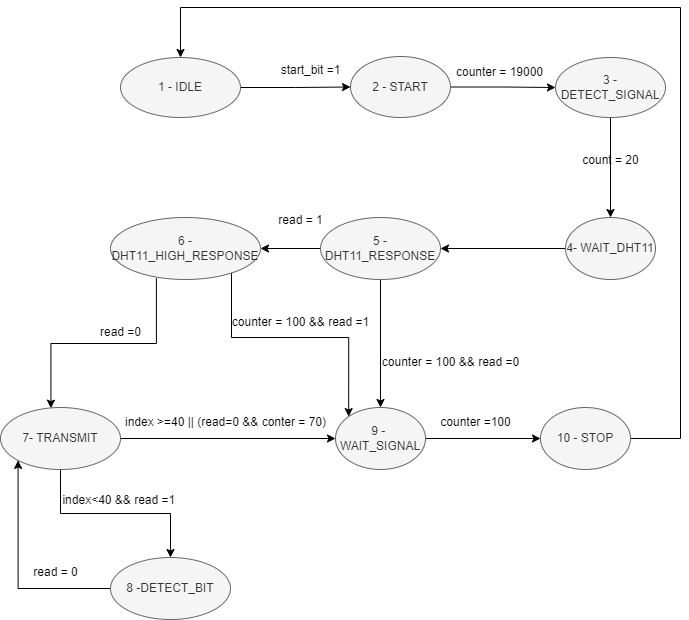
Above: img/DHT11OFC.drawio (1).png in clsf/Problema_1_Monitoramento_Umidade_e_Temperatura (draw.io), before the change. Source tidied: cells renumbered, new cells last; positions are measured from the earlier drawing's top-left corner, leaving out a move shared by most shapes. Source of this version:
```xml
<mxGraphModel>
  <root>
    <mxCell id="0" />
    <mxCell id="1" parent="0" />
    <mxCell id="2" style="edgeStyle=orthogonalEdgeStyle;rounded=0;jettySize=auto;html=1;exitX=1;exitY=0.5;exitDx=0;exitDy=0;entryX=0;entryY=0.5;entryDx=0;entryDy=0;" parent="1" edge="1" source="3" target="5">
      <mxGeometry relative="1" as="geometry" />
    </mxCell>
    <mxCell id="3" value="1 - IDLE" style="ellipse;whiteSpace=wrap;html=1;fillColor=#f5f5f5;fontColor=#333333;strokeColor=#666666;" parent="1" vertex="1">
      <mxGeometry x="120" y="50" width="120" height="60" as="geometry" />
    </mxCell>
    <mxCell id="4" style="edgeStyle=orthogonalEdgeStyle;rounded=0;jettySize=auto;html=1;exitX=1;exitY=0.5;exitDx=0;exitDy=0;" parent="1" edge="1" source="5" target="8">
      <mxGeometry relative="1" as="geometry" />
    </mxCell>
    <mxCell id="5" value="2 - START" style="ellipse;whiteSpace=wrap;html=1;fillColor=#f5f5f5;fontColor=#333333;strokeColor=#666666;" parent="1" vertex="1">
      <mxGeometry x="350" y="49" width="100" height="61" as="geometry" />
    </mxCell>
    <mxCell id="6" value="start_bit =1" style="text;html=1;align=center;verticalAlign=middle;strokeColor=none;fillColor=none;" parent="1" vertex="1">
      <mxGeometry x="270" y="48" width="80" height="30" as="geometry" />
    </mxCell>
    <mxCell id="7" style="edgeStyle=orthogonalEdgeStyle;rounded=0;jettySize=auto;html=1;exitX=0.5;exitY=1;exitDx=0;exitDy=0;entryX=0.5;entryY=0;entryDx=0;entryDy=0;" parent="1" edge="1" source="8" target="11">
      <mxGeometry relative="1" as="geometry" />
    </mxCell>
    <mxCell id="8" value="3 -DETECT_SIGNAL" style="ellipse;whiteSpace=wrap;html=1;fillColor=#f5f5f5;fontColor=#333333;strokeColor=#666666;" parent="1" vertex="1">
      <mxGeometry x="555" y="50" width="110" height="60" as="geometry" />
    </mxCell>
    <mxCell id="9" value="counter = 19000" style="text;html=1;align=center;verticalAlign=middle;strokeColor=none;fillColor=none;" parent="1" vertex="1">
      <mxGeometry x="444" y="50" width="110" height="30" as="geometry" />
    </mxCell>
    <mxCell id="10" style="edgeStyle=orthogonalEdgeStyle;rounded=0;jettySize=auto;html=1;exitX=0;exitY=0.5;exitDx=0;exitDy=0;entryX=1;entryY=0.5;entryDx=0;entryDy=0;" parent="1" edge="1" source="11" target="15">
      <mxGeometry relative="1" as="geometry" />
    </mxCell>
    <mxCell id="11" value="4- WAIT_DHT11" style="ellipse;whiteSpace=wrap;html=1;fillColor=#f5f5f5;fontColor=#333333;strokeColor=#666666;" parent="1" vertex="1">
      <mxGeometry x="565" y="210" width="90" height="62" as="geometry" />
    </mxCell>
    <mxCell id="12" value="count = 20" style="text;html=1;align=center;verticalAlign=middle;strokeColor=none;fillColor=none;" parent="1" vertex="1">
      <mxGeometry x="570" y="138" width="80" height="30" as="geometry" />
    </mxCell>
    <mxCell id="13" style="edgeStyle=orthogonalEdgeStyle;rounded=0;jettySize=auto;html=1;exitX=0.5;exitY=1;exitDx=0;exitDy=0;entryX=0.5;entryY=0;entryDx=0;entryDy=0;" parent="1" edge="1" source="15" target="17">
      <mxGeometry relative="1" as="geometry" />
    </mxCell>
    <mxCell id="14" style="edgeStyle=orthogonalEdgeStyle;rounded=0;jettySize=auto;html=1;exitX=0;exitY=0.5;exitDx=0;exitDy=0;entryX=1;entryY=0.5;entryDx=0;entryDy=0;" parent="1" edge="1" source="15" target="21">
      <mxGeometry relative="1" as="geometry" />
    </mxCell>
    <mxCell id="15" value="5 -DHT11_RESPONSE" style="ellipse;whiteSpace=wrap;html=1;fillColor=#f5f5f5;fontColor=#333333;strokeColor=#666666;" parent="1" vertex="1">
      <mxGeometry x="320" y="210" width="120" height="62" as="geometry" />
    </mxCell>
    <mxCell id="16" style="edgeStyle=orthogonalEdgeStyle;rounded=0;jettySize=auto;html=1;exitX=1;exitY=0.5;exitDx=0;exitDy=0;entryX=0;entryY=0.5;entryDx=0;entryDy=0;" parent="1" edge="1" source="17" target="34">
      <mxGeometry relative="1" as="geometry" />
    </mxCell>
    <mxCell id="17" value="9 -&amp;nbsp; WAIT_SIGNAL" style="ellipse;whiteSpace=wrap;html=1;fillColor=#f5f5f5;fontColor=#333333;strokeColor=#666666;" parent="1" vertex="1">
      <mxGeometry x="335" y="400" width="90" height="62" as="geometry" />
    </mxCell>
    <mxCell id="18" value="counter = 100 &amp;amp;&amp;amp; read =0" style="text;html=1;align=center;verticalAlign=middle;strokeColor=none;fillColor=none;" parent="1" vertex="1">
      <mxGeometry x="370" y="340" width="160" height="30" as="geometry" />
    </mxCell>
    <mxCell id="19" style="edgeStyle=orthogonalEdgeStyle;rounded=0;jettySize=auto;html=1;entryX=0;entryY=0;entryDx=0;entryDy=0;" parent="1" edge="1" target="17">
      <mxGeometry relative="1" as="geometry">
        <mxPoint x="230" y="260" as="sourcePoint" />
        <Array as="points">
          <mxPoint x="231" y="330" />
          <mxPoint x="348" y="330" />
        </Array>
      </mxGeometry>
    </mxCell>
    <mxCell id="20" style="edgeStyle=orthogonalEdgeStyle;rounded=0;jettySize=auto;html=1;exitX=0.306;exitY=0.979;exitDx=0;exitDy=0;entryX=0.42;entryY=0.011;entryDx=0;entryDy=0;entryPerimeter=0;exitPerimeter=0;" parent="1" edge="1" source="21" target="26">
      <mxGeometry relative="1" as="geometry" />
    </mxCell>
    <mxCell id="21" value="6 - DHT11_HIGH_RESPONSE" style="ellipse;whiteSpace=wrap;html=1;fillColor=#f5f5f5;fontColor=#333333;strokeColor=#666666;" parent="1" vertex="1">
      <mxGeometry x="110" y="210" width="150" height="62" as="geometry" />
    </mxCell>
    <mxCell id="22" value="read = 1" style="text;html=1;align=center;verticalAlign=middle;strokeColor=none;fillColor=none;" parent="1" vertex="1">
      <mxGeometry x="265" y="198" width="70" height="30" as="geometry" />
    </mxCell>
    <mxCell id="23" value="counter = 100 &amp;amp;&amp;amp; read =1" style="text;html=1;align=center;verticalAlign=middle;strokeColor=none;fillColor=none;" parent="1" vertex="1">
      <mxGeometry x="220" y="300" width="160" height="30" as="geometry" />
    </mxCell>
    <mxCell id="24" style="edgeStyle=orthogonalEdgeStyle;rounded=0;jettySize=auto;html=1;exitX=1;exitY=0.5;exitDx=0;exitDy=0;entryX=0;entryY=0.5;entryDx=0;entryDy=0;" parent="1" edge="1" source="26" target="17">
      <mxGeometry relative="1" as="geometry" />
    </mxCell>
    <mxCell id="25" style="edgeStyle=orthogonalEdgeStyle;rounded=0;jettySize=auto;html=1;exitX=0.5;exitY=1;exitDx=0;exitDy=0;entryX=0.5;entryY=0;entryDx=0;entryDy=0;" parent="1" edge="1" source="26" target="29">
      <mxGeometry relative="1" as="geometry" />
    </mxCell>
    <mxCell id="26" value="7- TRANSMIT" style="ellipse;whiteSpace=wrap;html=1;fillColor=#f5f5f5;fontColor=#333333;strokeColor=#666666;" parent="1" vertex="1">
      <mxGeometry y="400" width="120" height="62" as="geometry" />
    </mxCell>
    <mxCell id="27" value="index &amp;gt;=40 || (read=0 &amp;amp;&amp;amp; conter = 70)" style="text;html=1;align=center;verticalAlign=middle;strokeColor=none;fillColor=none;" parent="1" vertex="1">
      <mxGeometry x="115" y="400" width="220" height="30" as="geometry" />
    </mxCell>
    <mxCell id="28" style="edgeStyle=orthogonalEdgeStyle;rounded=0;jettySize=auto;html=1;exitX=0;exitY=0.5;exitDx=0;exitDy=0;entryX=0;entryY=1;entryDx=0;entryDy=0;" parent="1" edge="1" source="29" target="26">
      <mxGeometry relative="1" as="geometry" />
    </mxCell>
    <mxCell id="29" value="8 -DETECT_BIT" style="ellipse;whiteSpace=wrap;html=1;fillColor=#f5f5f5;fontColor=#333333;strokeColor=#666666;" parent="1" vertex="1">
      <mxGeometry x="110" y="550" width="120" height="62" as="geometry" />
    </mxCell>
    <mxCell id="30" value="index&amp;lt;40 &amp;amp;&amp;amp; read =1&amp;nbsp;" style="text;html=1;align=center;verticalAlign=middle;strokeColor=none;fillColor=none;" parent="1" vertex="1">
      <mxGeometry x="50" y="478" width="140" height="30" as="geometry" />
    </mxCell>
    <mxCell id="31" value="read =0" style="text;html=1;align=center;verticalAlign=middle;strokeColor=none;fillColor=none;" parent="1" vertex="1">
      <mxGeometry x="90" y="310" width="60" height="30" as="geometry" />
    </mxCell>
    <mxCell id="32" value="read = 0" style="text;html=1;align=center;verticalAlign=middle;strokeColor=none;fillColor=none;" parent="1" vertex="1">
      <mxGeometry x="20" y="550" width="70" height="30" as="geometry" />
    </mxCell>
    <mxCell id="33" style="edgeStyle=orthogonalEdgeStyle;rounded=0;jettySize=auto;html=1;entryX=0.5;entryY=0;entryDx=0;entryDy=0;" parent="1" edge="1" source="34" target="3">
      <mxGeometry relative="1" as="geometry">
        <Array as="points">
          <mxPoint x="680" y="431" />
          <mxPoint x="680" />
          <mxPoint x="180" />
        </Array>
      </mxGeometry>
    </mxCell>
    <mxCell id="34" value="10 - STOP" style="ellipse;whiteSpace=wrap;html=1;fillColor=#f5f5f5;fontColor=#333333;strokeColor=#666666;" parent="1" vertex="1">
      <mxGeometry x="540" y="400" width="90" height="62" as="geometry" />
    </mxCell>
    <mxCell id="35" value="counter =100" style="text;html=1;align=center;verticalAlign=middle;strokeColor=none;fillColor=none;" parent="1" vertex="1">
      <mxGeometry x="430" y="400" width="90" height="30" as="geometry" />
    </mxCell>
  </root>
</mxGraphModel>
```
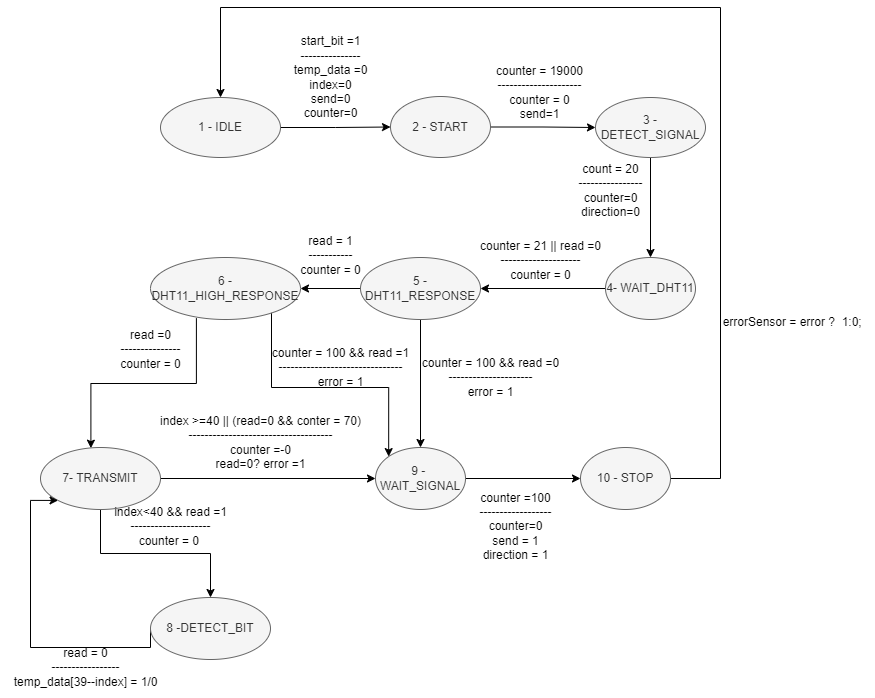
The same diagram one commit later.

The edit, as a diff of the source:
```diff
@@ -14,8 +14,8 @@
     <mxCell id="5" value="2 - START" style="ellipse;whiteSpace=wrap;html=1;fillColor=#f5f5f5;fontColor=#333333;strokeColor=#666666;" parent="1" vertex="1">
       <mxGeometry x="350" y="49" width="100" height="61" as="geometry" />
     </mxCell>
-    <mxCell id="6" value="start_bit =1" style="text;html=1;align=center;verticalAlign=middle;strokeColor=none;fillColor=none;" parent="1" vertex="1">
-      <mxGeometry x="270" y="48" width="80" height="30" as="geometry" />
+    <mxCell id="6" value="start_bit =1&lt;br&gt;---------------&lt;br&gt;temp_data =0&lt;br&gt;index=0&lt;br&gt;send=0&lt;br&gt;counter=0" style="text;html=1;align=center;verticalAlign=middle;strokeColor=none;fillColor=none;" parent="1" vertex="1">
+      <mxGeometry x="240" y="-20" width="100" height="100" as="geometry" />
     </mxCell>
     <mxCell id="7" style="edgeStyle=orthogonalEdgeStyle;rounded=0;jettySize=auto;html=1;exitX=0.5;exitY=1;exitDx=0;exitDy=0;entryX=0.5;entryY=0;entryDx=0;entryDy=0;" parent="1" edge="1" source="8" target="11">
       <mxGeometry relative="1" as="geometry" />
@@ -23,8 +23,8 @@
     <mxCell id="8" value="3 -DETECT_SIGNAL" style="ellipse;whiteSpace=wrap;html=1;fillColor=#f5f5f5;fontColor=#333333;strokeColor=#666666;" parent="1" vertex="1">
       <mxGeometry x="555" y="50" width="110" height="60" as="geometry" />
     </mxCell>
-    <mxCell id="9" value="counter = 19000" style="text;html=1;align=center;verticalAlign=middle;strokeColor=none;fillColor=none;" parent="1" vertex="1">
-      <mxGeometry x="444" y="50" width="110" height="30" as="geometry" />
+    <mxCell id="9" value="counter = 19000&lt;br&gt;---------------------&lt;br&gt;counter = 0&lt;br&gt;send=1" style="text;html=1;align=center;verticalAlign=middle;strokeColor=none;fillColor=none;" parent="1" vertex="1">
+      <mxGeometry x="444" y="10" width="110" height="70" as="geometry" />
     </mxCell>
     <mxCell id="10" style="edgeStyle=orthogonalEdgeStyle;rounded=0;jettySize=auto;html=1;exitX=0;exitY=0.5;exitDx=0;exitDy=0;entryX=1;entryY=0.5;entryDx=0;entryDy=0;" parent="1" edge="1" source="11" target="15">
       <mxGeometry relative="1" as="geometry" />
@@ -32,8 +32,8 @@
     <mxCell id="11" value="4- WAIT_DHT11" style="ellipse;whiteSpace=wrap;html=1;fillColor=#f5f5f5;fontColor=#333333;strokeColor=#666666;" parent="1" vertex="1">
       <mxGeometry x="565" y="210" width="90" height="62" as="geometry" />
     </mxCell>
-    <mxCell id="12" value="count = 20" style="text;html=1;align=center;verticalAlign=middle;strokeColor=none;fillColor=none;" parent="1" vertex="1">
-      <mxGeometry x="570" y="138" width="80" height="30" as="geometry" />
+    <mxCell id="12" value="count = 20&lt;br&gt;----------------&lt;br&gt;counter=0&lt;br&gt;direction=0" style="text;html=1;align=center;verticalAlign=middle;strokeColor=none;fillColor=none;" parent="1" vertex="1">
+      <mxGeometry x="525" y="108" width="90" height="70" as="geometry" />
     </mxCell>
     <mxCell id="13" style="edgeStyle=orthogonalEdgeStyle;rounded=0;jettySize=auto;html=1;exitX=0.5;exitY=1;exitDx=0;exitDy=0;entryX=0.5;entryY=0;entryDx=0;entryDy=0;" parent="1" edge="1" source="15" target="17">
       <mxGeometry relative="1" as="geometry" />
@@ -50,15 +50,16 @@
     <mxCell id="17" value="9 -&amp;nbsp; WAIT_SIGNAL" style="ellipse;whiteSpace=wrap;html=1;fillColor=#f5f5f5;fontColor=#333333;strokeColor=#666666;" parent="1" vertex="1">
       <mxGeometry x="335" y="400" width="90" height="62" as="geometry" />
     </mxCell>
-    <mxCell id="18" value="counter = 100 &amp;amp;&amp;amp; read =0" style="text;html=1;align=center;verticalAlign=middle;strokeColor=none;fillColor=none;" parent="1" vertex="1">
-      <mxGeometry x="370" y="340" width="160" height="30" as="geometry" />
+    <mxCell id="18" value="counter = 100 &amp;amp;&amp;amp; read =0&lt;br&gt;---------------------&lt;br&gt;error = 1" style="text;html=1;align=center;verticalAlign=middle;strokeColor=none;fillColor=none;" parent="1" vertex="1">
+      <mxGeometry x="370" y="300" width="160" height="60" as="geometry" />
     </mxCell>
     <mxCell id="19" style="edgeStyle=orthogonalEdgeStyle;rounded=0;jettySize=auto;html=1;entryX=0;entryY=0;entryDx=0;entryDy=0;" parent="1" edge="1" target="17">
       <mxGeometry relative="1" as="geometry">
         <mxPoint x="230" y="260" as="sourcePoint" />
         <Array as="points">
-          <mxPoint x="231" y="330" />
-          <mxPoint x="348" y="330" />
+          <mxPoint x="231" y="260" />
+          <mxPoint x="231" y="340" />
+          <mxPoint x="348" y="340" />
         </Array>
       </mxGeometry>
     </mxCell>
@@ -68,11 +69,11 @@
     <mxCell id="21" value="6 - DHT11_HIGH_RESPONSE" style="ellipse;whiteSpace=wrap;html=1;fillColor=#f5f5f5;fontColor=#333333;strokeColor=#666666;" parent="1" vertex="1">
       <mxGeometry x="110" y="210" width="150" height="62" as="geometry" />
     </mxCell>
-    <mxCell id="22" value="read = 1" style="text;html=1;align=center;verticalAlign=middle;strokeColor=none;fillColor=none;" parent="1" vertex="1">
-      <mxGeometry x="265" y="198" width="70" height="30" as="geometry" />
+    <mxCell id="22" value="read = 1&lt;br&gt;-----------&lt;br&gt;counter = 0" style="text;html=1;align=center;verticalAlign=middle;strokeColor=none;fillColor=none;" parent="1" vertex="1">
+      <mxGeometry x="250" y="178" width="80" height="60" as="geometry" />
     </mxCell>
-    <mxCell id="23" value="counter = 100 &amp;amp;&amp;amp; read =1" style="text;html=1;align=center;verticalAlign=middle;strokeColor=none;fillColor=none;" parent="1" vertex="1">
-      <mxGeometry x="220" y="300" width="160" height="30" as="geometry" />
+    <mxCell id="23" value="counter = 100 &amp;amp;&amp;amp; read =1&lt;br&gt;-------------------------------&lt;br&gt;error = 1" style="text;html=1;align=center;verticalAlign=middle;strokeColor=none;fillColor=none;" parent="1" vertex="1">
+      <mxGeometry x="220" y="290" width="160" height="60" as="geometry" />
     </mxCell>
     <mxCell id="24" style="edgeStyle=orthogonalEdgeStyle;rounded=0;jettySize=auto;html=1;exitX=1;exitY=0.5;exitDx=0;exitDy=0;entryX=0;entryY=0.5;entryDx=0;entryDy=0;" parent="1" edge="1" source="26" target="17">
       <mxGeometry relative="1" as="geometry" />
@@ -83,38 +84,50 @@
     <mxCell id="26" value="7- TRANSMIT" style="ellipse;whiteSpace=wrap;html=1;fillColor=#f5f5f5;fontColor=#333333;strokeColor=#666666;" parent="1" vertex="1">
       <mxGeometry y="400" width="120" height="62" as="geometry" />
     </mxCell>
-    <mxCell id="27" value="index &amp;gt;=40 || (read=0 &amp;amp;&amp;amp; conter = 70)" style="text;html=1;align=center;verticalAlign=middle;strokeColor=none;fillColor=none;" parent="1" vertex="1">
-      <mxGeometry x="115" y="400" width="220" height="30" as="geometry" />
+    <mxCell id="27" value="index &amp;gt;=40 || (read=0 &amp;amp;&amp;amp; conter = 70)&lt;br&gt;------------------------------------&lt;br&gt;counter =-0&lt;br&gt;read=0? error =1&lt;br&gt;" style="text;html=1;align=center;verticalAlign=middle;strokeColor=none;fillColor=none;" parent="1" vertex="1">
+      <mxGeometry x="110" y="360" width="220" height="70" as="geometry" />
     </mxCell>
     <mxCell id="28" style="edgeStyle=orthogonalEdgeStyle;rounded=0;jettySize=auto;html=1;exitX=0;exitY=0.5;exitDx=0;exitDy=0;entryX=0;entryY=1;entryDx=0;entryDy=0;" parent="1" edge="1" source="29" target="26">
-      <mxGeometry relative="1" as="geometry" />
+      <mxGeometry relative="1" as="geometry">
+        <Array as="points">
+          <mxPoint x="110" y="600" />
+          <mxPoint x="-10" y="600" />
+          <mxPoint x="-10" y="453" />
+        </Array>
+      </mxGeometry>
     </mxCell>
     <mxCell id="29" value="8 -DETECT_BIT" style="ellipse;whiteSpace=wrap;html=1;fillColor=#f5f5f5;fontColor=#333333;strokeColor=#666666;" parent="1" vertex="1">
       <mxGeometry x="110" y="550" width="120" height="62" as="geometry" />
     </mxCell>
-    <mxCell id="30" value="index&amp;lt;40 &amp;amp;&amp;amp; read =1&amp;nbsp;" style="text;html=1;align=center;verticalAlign=middle;strokeColor=none;fillColor=none;" parent="1" vertex="1">
-      <mxGeometry x="50" y="478" width="140" height="30" as="geometry" />
+    <mxCell id="30" value="index&amp;lt;40 &amp;amp;&amp;amp; read =1&lt;br&gt;--------------------&lt;br&gt;counter = 0&amp;nbsp;" style="text;html=1;align=center;verticalAlign=middle;strokeColor=none;fillColor=none;" parent="1" vertex="1">
+      <mxGeometry x="60" y="449" width="140" height="60" as="geometry" />
     </mxCell>
-    <mxCell id="31" value="read =0" style="text;html=1;align=center;verticalAlign=middle;strokeColor=none;fillColor=none;" parent="1" vertex="1">
-      <mxGeometry x="90" y="310" width="60" height="30" as="geometry" />
+    <mxCell id="31" value="read =0&lt;br&gt;---------------&lt;br&gt;counter = 0" style="text;html=1;align=center;verticalAlign=middle;strokeColor=none;fillColor=none;" parent="1" vertex="1">
+      <mxGeometry x="70" y="272" width="80" height="60" as="geometry" />
     </mxCell>
-    <mxCell id="32" value="read = 0" style="text;html=1;align=center;verticalAlign=middle;strokeColor=none;fillColor=none;" parent="1" vertex="1">
-      <mxGeometry x="20" y="550" width="70" height="30" as="geometry" />
+    <mxCell id="32" value="read = 0&lt;br&gt;-----------------&lt;br&gt;temp_data[39--index] = 1/0" style="text;html=1;align=center;verticalAlign=middle;strokeColor=none;fillColor=none;" parent="1" vertex="1">
+      <mxGeometry x="-40" y="590" width="170" height="60" as="geometry" />
     </mxCell>
     <mxCell id="33" style="edgeStyle=orthogonalEdgeStyle;rounded=0;jettySize=auto;html=1;entryX=0.5;entryY=0;entryDx=0;entryDy=0;" parent="1" edge="1" source="34" target="3">
       <mxGeometry relative="1" as="geometry">
         <Array as="points">
           <mxPoint x="680" y="431" />
-          <mxPoint x="680" />
-          <mxPoint x="180" />
+          <mxPoint x="680" y="-40" />
+          <mxPoint x="180" y="-40" />
         </Array>
       </mxGeometry>
     </mxCell>
     <mxCell id="34" value="10 - STOP" style="ellipse;whiteSpace=wrap;html=1;fillColor=#f5f5f5;fontColor=#333333;strokeColor=#666666;" parent="1" vertex="1">
       <mxGeometry x="540" y="400" width="90" height="62" as="geometry" />
     </mxCell>
-    <mxCell id="35" value="counter =100" style="text;html=1;align=center;verticalAlign=middle;strokeColor=none;fillColor=none;" parent="1" vertex="1">
-      <mxGeometry x="430" y="400" width="90" height="30" as="geometry" />
+    <mxCell id="35" value="counter =100&lt;br&gt;------------------&lt;br&gt;counter=0&lt;br&gt;send = 1&lt;br&gt;direction = 1" style="text;html=1;align=center;verticalAlign=middle;strokeColor=none;fillColor=none;" parent="1" vertex="1">
+      <mxGeometry x="425" y="434" width="100" height="90" as="geometry" />
     </mxCell>
+    <mxCell id="36" value="counter = 21 || read =0&lt;br&gt;--------------------&lt;br&gt;counter = 0" style="text;html=1;align=center;verticalAlign=middle;strokeColor=none;fillColor=none;" parent="1" vertex="1">
+      <mxGeometry x="430" y="183" width="140" height="60" as="geometry" />
+    </mxCell>
+    <mxCell id="37" value="&amp;nbsp;errorSensor = error ?&amp;nbsp; 1:0;" style="text;html=1;align=center;verticalAlign=middle;strokeColor=none;fillColor=none;" parent="1" vertex="1">
+      <mxGeometry x="665" y="260" width="170" height="30" as="geometry" />
+    </mxCell>
   </root>
 </mxGraphModel>
```
